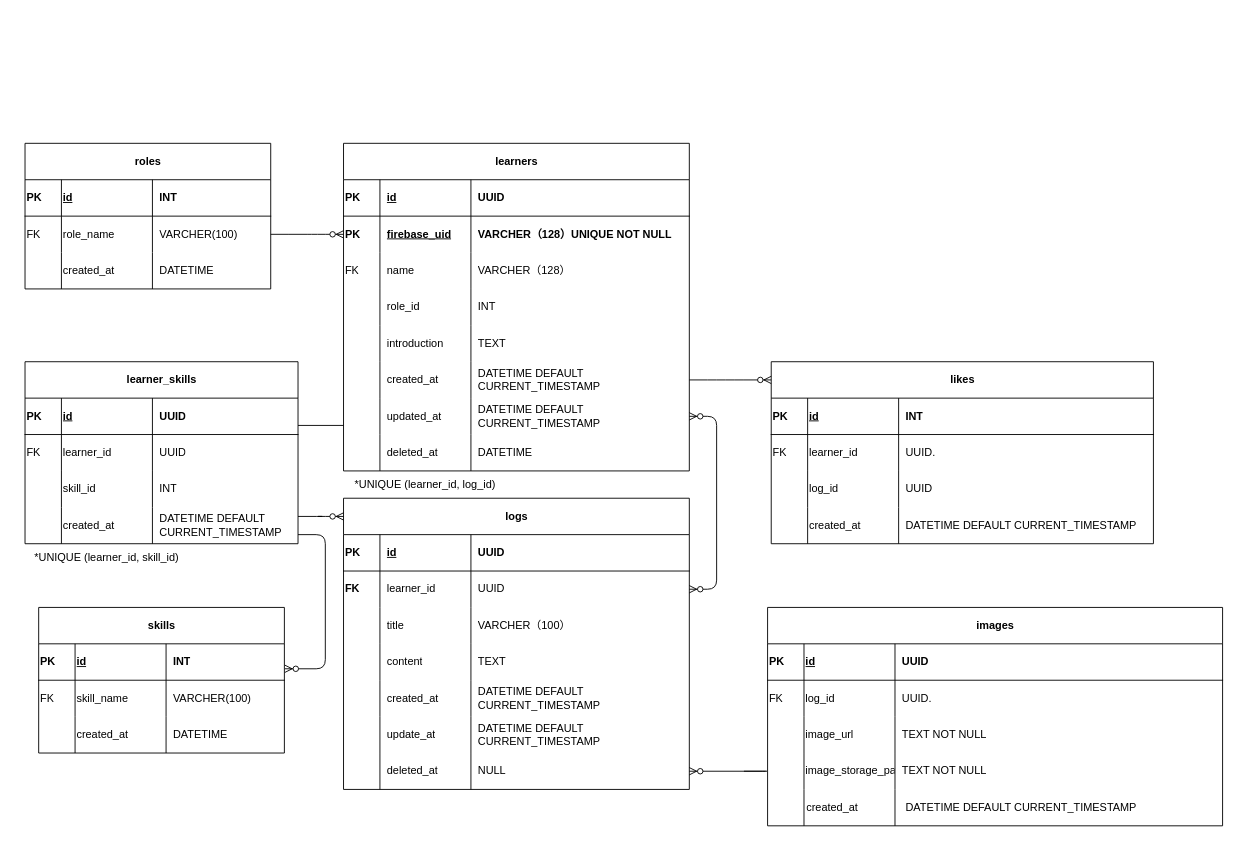
Before: docs/.drawio in ERIKOABE-hub/Logddy, a draw.io diagram. Source tidied: cells renumbered, new cells numbered last; positions are measured from the earlier drawing's top-left corner, leaving out a move shared by most shapes. Both pictures are drawn from the tidied source at 91%, with x=0, y=0 at pixel (15, 15).
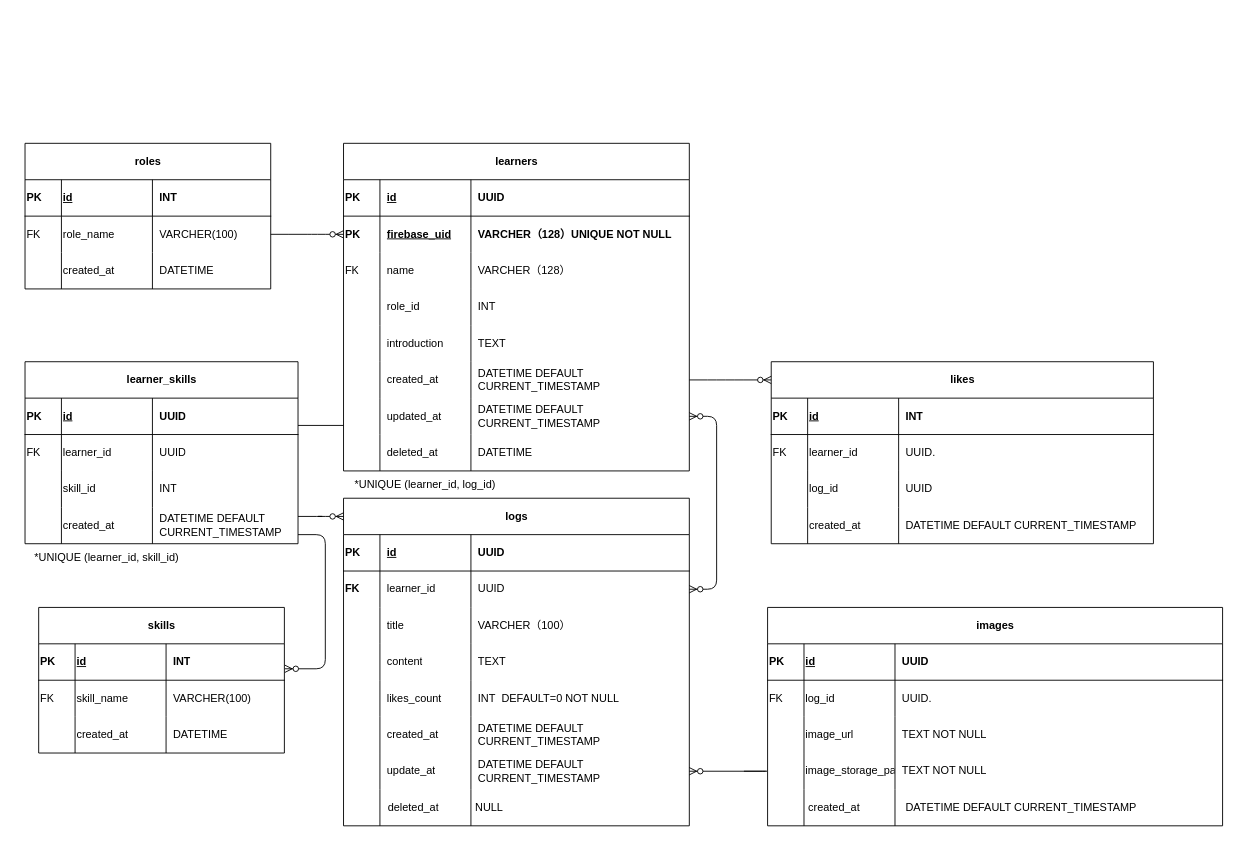
After the change.

Commit message:
add: logsテーブルにいいね数をカウントするlikes_countカラムを追加

Unchanged cells that the change refers to:
```xml
<mxCell id="75" style="shape=tableRow;horizontal=0;startSize=0;swimlaneHead=0;swimlaneBody=0;fillColor=none;top=0;left=0;right=0;bottom=0;fontFamily=Helvetica;align=left;" parent="58" vertex="1">
  <mxGeometry y="200" width="380" height="40" as="geometry" />
</mxCell>
<mxCell id="79" style="shape=tableRow;horizontal=0;startSize=0;swimlaneHead=0;swimlaneBody=0;fillColor=none;top=0;left=0;right=0;bottom=0;fontFamily=Helvetica;align=left;" parent="58" vertex="1">
  <mxGeometry y="240" width="380" height="40" as="geometry" />
</mxCell>
<mxCell id="83" style="shape=tableRow;horizontal=0;startSize=0;swimlaneHead=0;swimlaneBody=0;fillColor=none;points=[[0,0.5],[1,0.5]];portConstraint=eastwest;top=0;left=0;right=0;bottom=0;fontFamily=Helvetica;align=left;" parent="58" vertex="1">
  <mxGeometry y="280" width="380" height="40" as="geometry" />
</mxCell>
```

What changed in the source:
```diff
@@
     <mxCell id="58" value="logs" style="shape=table;startSize=40;childLayout=tableLayout;rowLines=0;fontStyle=1;align=center;html=1;fontFamily=Helvetica;" parent="1" vertex="1">
-      <mxGeometry x="360" y="530" width="380" height="320" as="geometry" />
+      <mxGeometry x="360" y="530" width="380" height="360" as="geometry" />
     </mxCell>
@@
-    <mxCell id="77" value="created_at" style="shape=partialRectangle;fillColor=none;top=0;left=0;bottom=0;right=0;align=left;spacingLeft=6;overflow=hidden;whiteSpace=wrap;html=1;fontFamily=Helvetica;" parent="75" vertex="1">
+    <mxCell id="77" value="likes_count" style="shape=partialRectangle;fillColor=none;top=0;left=0;bottom=0;right=0;align=left;spacingLeft=6;overflow=hidden;whiteSpace=wrap;html=1;fontFamily=Helvetica;" parent="75" vertex="1">
       <mxGeometry x="40" width="100" height="40" as="geometry" />
     </mxCell>
-    <mxCell id="78" value="&lt;span style=&quot;color: rgb(0, 0, 0);&quot;&gt;DATETIME DEFAULT CURRENT_TIMESTAMP&lt;/span&gt;" style="shape=partialRectangle;fillColor=none;top=0;left=0;bottom=0;right=0;align=left;spacingLeft=6;overflow=hidden;whiteSpace=wrap;html=1;fontFamily=Helvetica;" parent="75" vertex="1">
+    <mxCell id="78" value="INT&amp;nbsp; DEFAULT=0 NOT NULL" style="shape=partialRectangle;fillColor=none;top=0;left=0;bottom=0;right=0;align=left;spacingLeft=6;overflow=hidden;whiteSpace=wrap;html=1;fontFamily=Helvetica;" parent="75" vertex="1">
       <mxGeometry x="140" width="240" height="40" as="geometry" />
     </mxCell>
@@
-    <mxCell id="81" value="update_at" style="shape=partialRectangle;fillColor=none;top=0;left=0;bottom=0;right=0;align=left;spacingLeft=6;overflow=hidden;whiteSpace=wrap;html=1;fontFamily=Helvetica;" parent="79" vertex="1">
+    <mxCell id="81" value="created_at" style="shape=partialRectangle;fillColor=none;top=0;left=0;bottom=0;right=0;align=left;spacingLeft=6;overflow=hidden;whiteSpace=wrap;html=1;fontFamily=Helvetica;" parent="79" vertex="1">
       <mxGeometry x="40" width="100" height="40" as="geometry" />
     </mxCell>
@@
-    <mxCell id="85" value="deleted_at" style="shape=partialRectangle;fillColor=none;top=0;left=0;bottom=0;right=0;align=left;spacingLeft=6;overflow=hidden;whiteSpace=wrap;html=1;fontFamily=Helvetica;" parent="83" vertex="1">
+    <mxCell id="85" value="update_at" style="shape=partialRectangle;fillColor=none;top=0;left=0;bottom=0;right=0;align=left;spacingLeft=6;overflow=hidden;whiteSpace=wrap;html=1;fontFamily=Helvetica;" parent="83" vertex="1">
       <mxGeometry x="40" width="100" height="40" as="geometry" />
     </mxCell>
-    <mxCell id="86" value="NULL" style="shape=partialRectangle;fillColor=none;top=0;left=0;bottom=0;right=0;align=left;spacingLeft=6;overflow=hidden;whiteSpace=wrap;html=1;fontFamily=Helvetica;" parent="83" vertex="1">
+    <mxCell id="86" value="DATETIME DEFAULT CURRENT_TIMESTAMP" style="shape=partialRectangle;fillColor=none;top=0;left=0;bottom=0;right=0;align=left;spacingLeft=6;overflow=hidden;whiteSpace=wrap;html=1;fontFamily=Helvetica;" parent="83" vertex="1">
       <mxGeometry x="140" width="240" height="40" as="geometry" />
     </mxCell>
@@
     <mxCell id="153" value="created_at" style="shape=partialRectangle;fillColor=none;top=0;left=0;bottom=0;right=0;overflow=hidden;whiteSpace=wrap;html=1;align=left;verticalAlign=middle;fontColor=#000000;fontFamily=Helvetica;" parent="1" vertex="1">
-      <mxGeometry x="867" y="850" width="100" height="40" as="geometry" />
+      <mxGeometry x="869" y="850" width="100" height="40" as="geometry" />
     </mxCell>
@@
+    <mxCell id="155" style="shape=tableRow;horizontal=0;startSize=0;swimlaneHead=0;swimlaneBody=0;fillColor=none;top=0;left=0;right=0;bottom=0;fontFamily=Helvetica;align=left;" parent="1" vertex="1">
+      <mxGeometry x="357" y="850" width="380" height="40" as="geometry" />
+    </mxCell>
+    <mxCell id="156" style="shape=partialRectangle;fillColor=none;top=0;left=0;bottom=0;right=0;overflow=hidden;whiteSpace=wrap;html=1;fontFamily=Helvetica;align=left;" parent="155" vertex="1">
+      <mxGeometry width="40" height="40" as="geometry" />
+    </mxCell>
+    <mxCell id="157" value="deleted_at" style="shape=partialRectangle;fillColor=none;top=0;left=0;bottom=0;right=0;align=left;spacingLeft=6;overflow=hidden;whiteSpace=wrap;html=1;fontFamily=Helvetica;" parent="155" vertex="1">
+      <mxGeometry x="44" width="100" height="40" as="geometry" />
+    </mxCell>
+    <mxCell id="158" value="NULL" style="shape=partialRectangle;fillColor=none;top=0;left=0;bottom=0;right=0;align=left;spacingLeft=6;overflow=hidden;whiteSpace=wrap;html=1;fontFamily=Helvetica;" parent="155" vertex="1">
+      <mxGeometry x="140" width="240" height="40" as="geometry" />
+    </mxCell>
+    <mxCell id="159" style="endArrow=none;html=1;exitX=0.25;exitY=0;exitDx=0;exitDy=0;" parent="1" edge="1">
+      <mxGeometry relative="1" as="geometry">
+        <mxPoint x="500" y="890" as="sourcePoint" />
+        <mxPoint x="500" y="850" as="targetPoint" />
+      </mxGeometry>
+    </mxCell>
+    <mxCell id="160" style="endArrow=none;html=1;exitX=0.25;exitY=0;exitDx=0;exitDy=0;" parent="1" edge="1">
+      <mxGeometry relative="1" as="geometry">
+        <mxPoint x="400" y="890" as="sourcePoint" />
+        <mxPoint x="400" y="850" as="targetPoint" />
+      </mxGeometry>
+    </mxCell>
```
